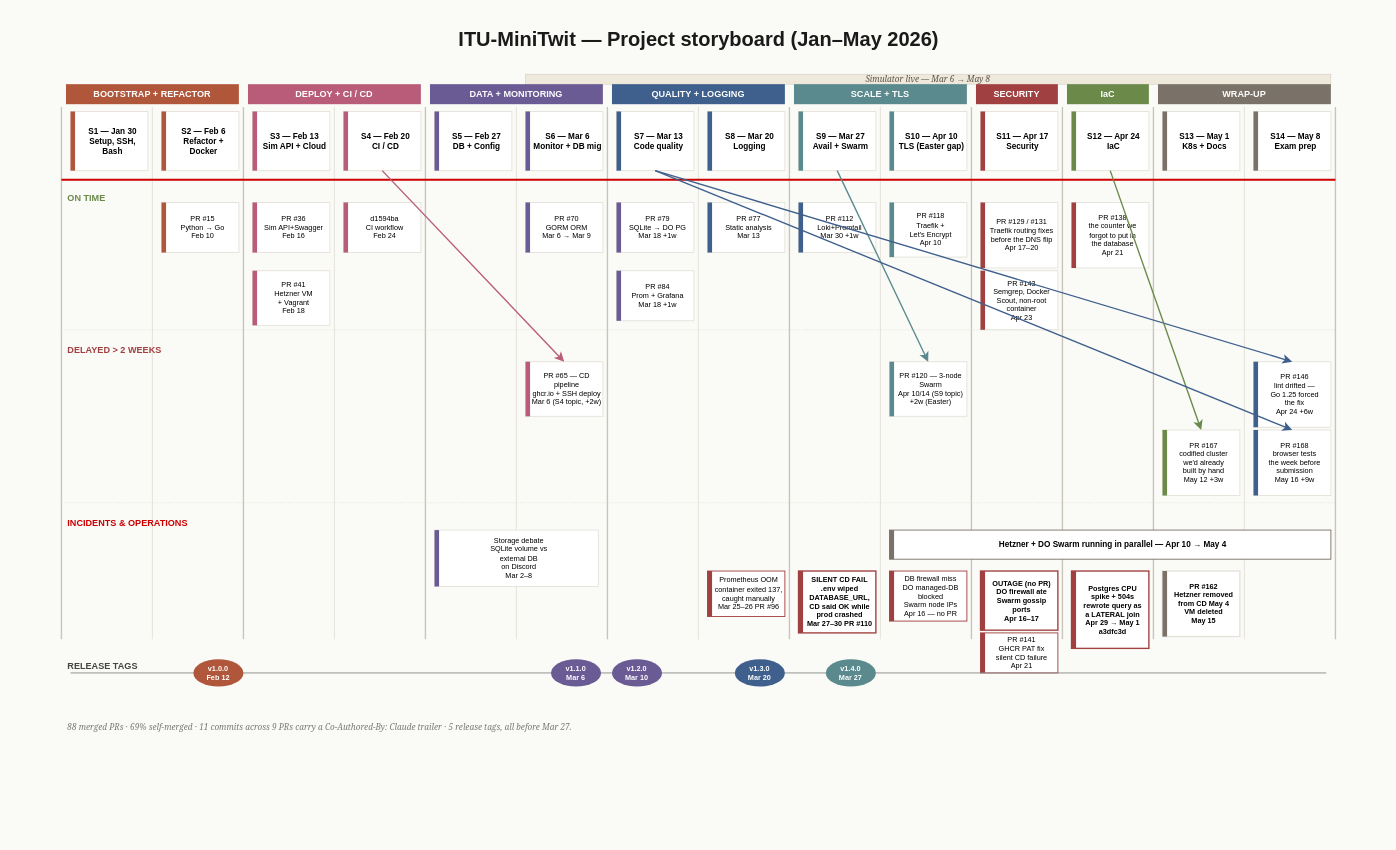
Above: report/exam-storyboard.drawio in DevTroopers-ITU/itu-minitwit (draw.io), before the change. Source tidied: cells renumbered, new cells numbered last; positions are measured from the earlier drawing's top-left corner, leaving out a move shared by most shapes. Both pictures are drawn from the tidied source at 91%, with x=0, y=0 at pixel (15, 15).
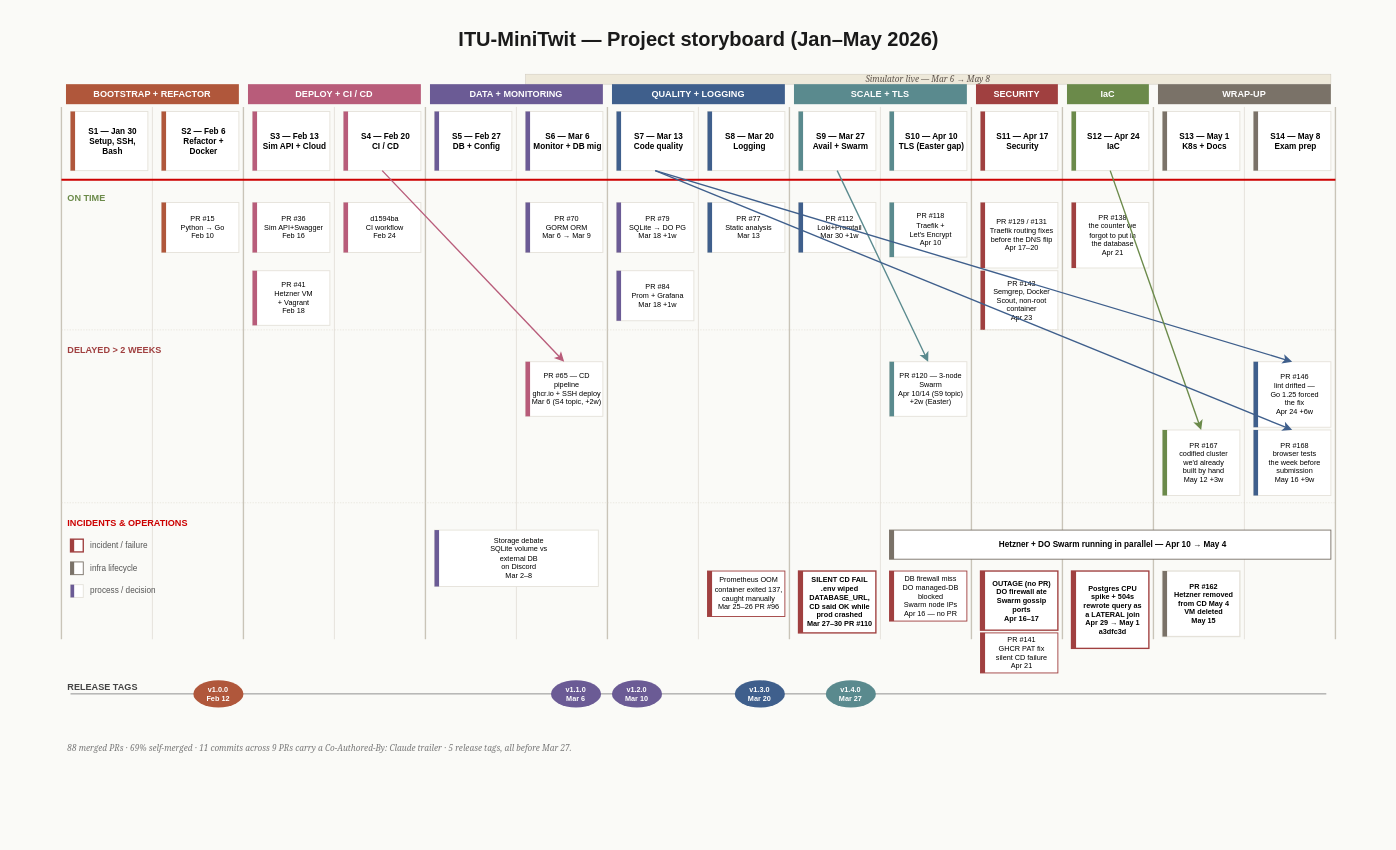
After the change.

Commit message (it also covers changes not shown here):
draft: honest Continual Learning + storyboard legend

What changed in the source:
```diff
@@
+    <mxCell id="129" style="rounded=0;whiteSpace=wrap;html=1;fillColor=#FFFFFF;strokeColor=#A04040;strokeWidth=1.5;" parent="1" vertex="1">
+      <mxGeometry x="60" y="575" width="14" height="14" as="geometry" />
+    </mxCell>
+    <mxCell id="130" style="rounded=0;whiteSpace=wrap;html=1;fillColor=#A04040;strokeColor=none;" parent="1" vertex="1">
+      <mxGeometry x="60" y="575" width="4" height="14" as="geometry" />
+    </mxCell>
+    <mxCell id="131" value="incident / failure" style="text;html=1;strokeColor=none;fillColor=none;align=left;verticalAlign=middle;fontSize=9;fontColor=#555555;" parent="1" vertex="1">
+      <mxGeometry x="80" y="575" width="200" height="14" as="geometry" />
+    </mxCell>
+    <mxCell id="132" style="rounded=0;whiteSpace=wrap;html=1;fillColor=#FFFFFF;strokeColor=#7A7268;strokeWidth=1;" parent="1" vertex="1">
+      <mxGeometry x="60" y="600" width="14" height="14" as="geometry" />
+    </mxCell>
+    <mxCell id="133" style="rounded=0;whiteSpace=wrap;html=1;fillColor=#7A7268;strokeColor=none;" parent="1" vertex="1">
+      <mxGeometry x="60" y="600" width="4" height="14" as="geometry" />
+    </mxCell>
+    <mxCell id="134" value="infra lifecycle" style="text;html=1;strokeColor=none;fillColor=none;align=left;verticalAlign=middle;fontSize=9;fontColor=#555555;" parent="1" vertex="1">
+      <mxGeometry x="80" y="600" width="200" height="14" as="geometry" />
+    </mxCell>
+    <mxCell id="135" style="rounded=0;whiteSpace=wrap;html=1;fillColor=#FFFFFF;strokeColor=#E5E2DA;strokeWidth=1;" parent="1" vertex="1">
+      <mxGeometry x="60" y="625" width="14" height="14" as="geometry" />
+    </mxCell>
+    <mxCell id="136" style="rounded=0;whiteSpace=wrap;html=1;fillColor=#6B5B95;strokeColor=none;" parent="1" vertex="1">
+      <mxGeometry x="60" y="625" width="4" height="14" as="geometry" />
+    </mxCell>
+    <mxCell id="137" value="process / decision" style="text;html=1;strokeColor=none;fillColor=none;align=left;verticalAlign=middle;fontSize=9;fontColor=#555555;" parent="1" vertex="1">
+      <mxGeometry x="80" y="625" width="200" height="14" as="geometry" />
+    </mxCell>
@@
     <mxCell id="121" style="endArrow=none;html=1;rounded=0;strokeColor=#888888;strokeWidth=1;" parent="1" edge="1">
       <mxGeometry relative="1" as="geometry">
-        <mxPoint x="60" y="722" as="sourcePoint" />
-        <mxPoint x="1440" y="722" as="targetPoint" />
+        <mxPoint x="60" y="745" as="sourcePoint" />
+        <mxPoint x="1440" y="745" as="targetPoint" />
       </mxGeometry>
     </mxCell>
     <mxCell id="122" value="RELEASE TAGS" style="text;html=1;strokeColor=none;fillColor=none;align=left;verticalAlign=top;fontSize=10;fontStyle=1;fontColor=#444444;" parent="1" vertex="1">
-      <mxGeometry x="55" y="702" width="150" height="15" as="geometry" />
+      <mxGeometry x="55" y="725" width="150" height="15" as="geometry" />
     </mxCell>
     <mxCell id="123" value="v1.0.0&#10;Feb 12" style="ellipse;whiteSpace=wrap;html=1;fillColor=#B0573B;strokeColor=none;fontSize=8;fontStyle=1;fontColor=#FFFFFF;align=center;verticalAlign=middle;" parent="1" vertex="1">
-      <mxGeometry x="195" y="707" width="55" height="30" as="geometry" />
+      <mxGeometry x="195" y="730" width="55" height="30" as="geometry" />
     </mxCell>
     <mxCell id="124" value="v1.1.0&#10;Mar 6" style="ellipse;whiteSpace=wrap;html=1;fillColor=#6B5B95;strokeColor=none;fontSize=8;fontStyle=1;fontColor=#FFFFFF;align=center;verticalAlign=middle;" parent="1" vertex="1">
-      <mxGeometry x="588" y="707" width="55" height="30" as="geometry" />
+      <mxGeometry x="588" y="730" width="55" height="30" as="geometry" />
     </mxCell>
     <mxCell id="125" value="v1.2.0&#10;Mar 10" style="ellipse;whiteSpace=wrap;html=1;fillColor=#6B5B95;strokeColor=none;fontSize=8;fontStyle=1;fontColor=#FFFFFF;align=center;verticalAlign=middle;" parent="1" vertex="1">
-      <mxGeometry x="655" y="707" width="55" height="30" as="geometry" />
+      <mxGeometry x="655" y="730" width="55" height="30" as="geometry" />
     </mxCell>
     <mxCell id="126" value="v1.3.0&#10;Mar 20" style="ellipse;whiteSpace=wrap;html=1;fillColor=#3F5F8C;strokeColor=none;fontSize=8;fontStyle=1;fontColor=#FFFFFF;align=center;verticalAlign=middle;" parent="1" vertex="1">
-      <mxGeometry x="790" y="707" width="55" height="30" as="geometry" />
+      <mxGeometry x="790" y="730" width="55" height="30" as="geometry" />
     </mxCell>
     <mxCell id="127" value="v1.4.0&#10;Mar 27" style="ellipse;whiteSpace=wrap;html=1;fillColor=#5A8A8E;strokeColor=none;fontSize=8;fontStyle=1;fontColor=#FFFFFF;align=center;verticalAlign=middle;" parent="1" vertex="1">
-      <mxGeometry x="890" y="707" width="55" height="30" as="geometry" />
+      <mxGeometry x="890" y="730" width="55" height="30" as="geometry" />
     </mxCell>
     <mxCell id="128" value="88 merged PRs · 69% self-merged · 11 commits across 9 PRs carry a Co-Authored-By: Claude trailer · 5 release tags, all before Mar 27." style="text;html=1;strokeColor=none;fillColor=none;align=left;verticalAlign=top;fontSize=9;fontStyle=2;fontFamily=Georgia;whiteSpace=wrap;fontColor=#777777;" parent="1" vertex="1">
-      <mxGeometry x="55" y="770" width="1395" height="20" as="geometry" />
+      <mxGeometry x="55" y="793" width="1395" height="20" as="geometry" />
     </mxCell>
```
